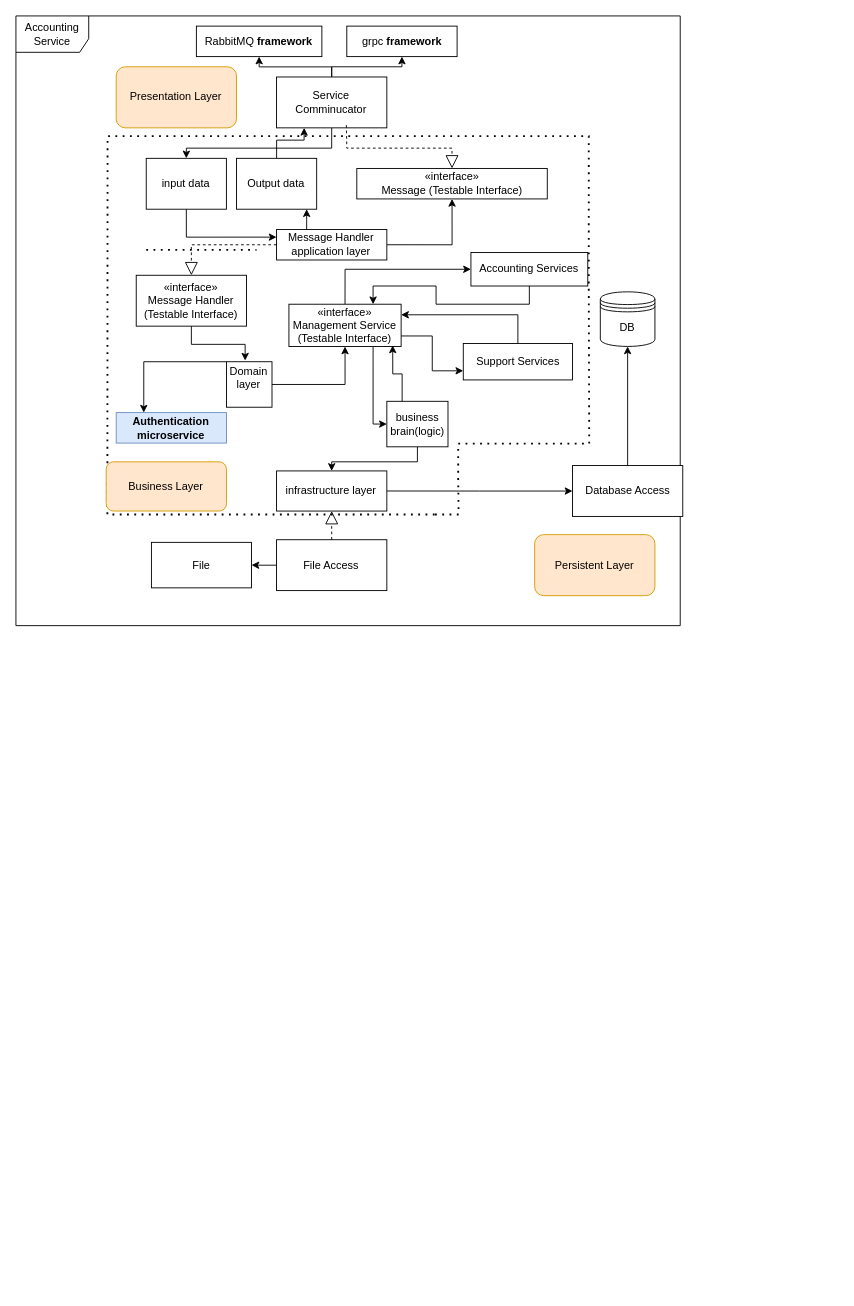
Above: Project/diagram/InvetoryManagement-microservice/Inventory.drawio in nima7997/application-architecture (draw.io), before the change. Source tidied: cells renumbered, new cells numbered last; positions are measured from the earlier drawing's top-left corner, leaving out a move shared by most shapes. Both pictures are drawn from the tidied source at 91%, with x=0, y=0 at pixel (15, 15).
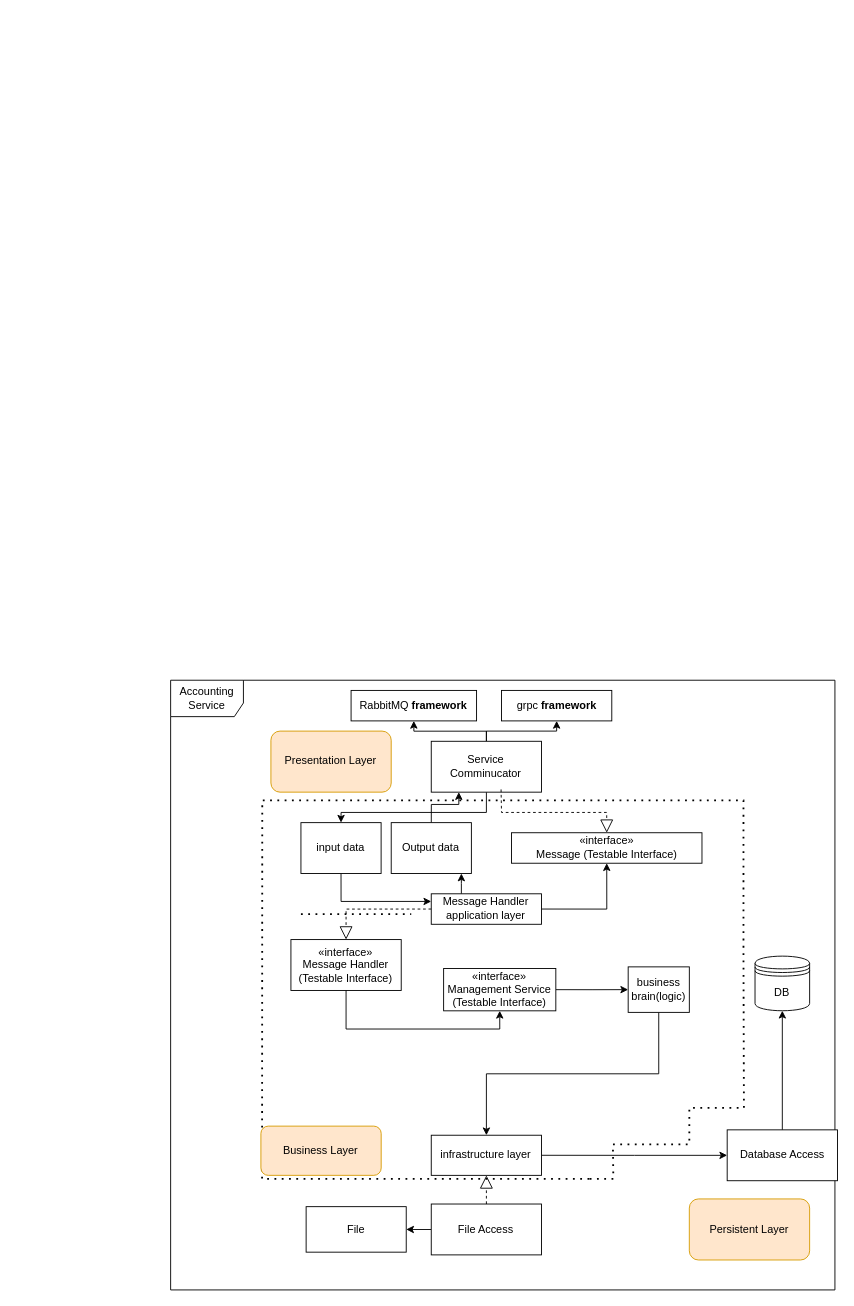
After the change.

Diff of the diagram source:
```diff
@@
-    <mxCell id="2" style="group;" parent="1" vertex="1">
-      <mxGeometry width="730" height="670" as="geometry" />
-    </mxCell>
+    <mxCell id="51" style="edgeStyle=orthogonalEdgeStyle;rounded=0;orthogonalLoop=1;jettySize=auto;html=1;entryX=1;entryY=0.5;entryDx=0;entryDy=0;" parent="1" edge="1">
+      <mxGeometry relative="1" as="geometry">
+        <mxPoint x="500" y="650" as="sourcePoint" />
+        <Array as="points">
+          <mxPoint x="500" y="630" />
+          <mxPoint x="580" y="630" />
+          <mxPoint x="580" y="480" />
+        </Array>
+      </mxGeometry>
+    </mxCell>
+    <mxCell id="52" style="edgeStyle=orthogonalEdgeStyle;rounded=0;orthogonalLoop=1;jettySize=auto;html=1;entryX=1;entryY=0.5;entryDx=0;entryDy=0;" parent="1" edge="1">
+      <mxGeometry relative="1" as="geometry">
+        <mxPoint x="500" y="650" as="sourcePoint" />
+        <Array as="points">
+          <mxPoint x="500" y="630" />
+          <mxPoint x="600" y="630" />
+          <mxPoint x="600" y="430" />
+        </Array>
+      </mxGeometry>
+    </mxCell>
+    <mxCell id="53" style="edgeStyle=orthogonalEdgeStyle;rounded=0;orthogonalLoop=1;jettySize=auto;html=1;entryX=0.5;entryY=1;entryDx=0;entryDy=0;startArrow=classic;startFill=1;" parent="1" edge="1">
+      <mxGeometry relative="1" as="geometry">
+        <mxPoint x="500" y="650" as="sourcePoint" />
+        <Array as="points">
+          <mxPoint x="500" y="630" />
+          <mxPoint x="610" y="630" />
+          <mxPoint x="610" y="400" />
+          <mxPoint x="460" y="400" />
+        </Array>
+      </mxGeometry>
+    </mxCell>
+    <mxCell id="54" style="group;" parent="1" vertex="1">
+      <mxGeometry x="170" y="730" width="730" height="670" as="geometry" />
+    </mxCell>
-    <mxCell id="3" value="Accounting Service" style="shape=umlFrame;whiteSpace=wrap;html=1;width=80;height=40;" parent="2" vertex="1">
+    <mxCell id="3" value="Accounting Service" style="shape=umlFrame;whiteSpace=wrap;html=1;width=80;height=40;" parent="54" vertex="1">
       <mxGeometry width="730" height="670" as="geometry" />
     </mxCell>
-    <mxCell id="4" value="RabbitMQ &lt;b&gt;framework&lt;/b&gt;" style="html=1;whiteSpace=wrap;" parent="2" vertex="1">
+    <mxCell id="4" value="RabbitMQ &lt;b&gt;framework&lt;/b&gt;" style="html=1;whiteSpace=wrap;" parent="54" vertex="1">
       <mxGeometry x="198.3" y="11.2" width="137.9" height="33.5" as="geometry" />
     </mxCell>
-    <mxCell id="5" value="grpc &lt;b&gt;framework&lt;/b&gt;" style="html=1;whiteSpace=wrap;" parent="2" vertex="1">
+    <mxCell id="5" value="grpc &lt;b&gt;framework&lt;/b&gt;" style="html=1;whiteSpace=wrap;" parent="54" vertex="1">
       <mxGeometry x="363.6" y="11.2" width="121.2" height="33.5" as="geometry" />
     </mxCell>
-    <mxCell id="6" style="edgeStyle=orthogonalEdgeStyle;rounded=0;jettySize=auto;html=1;" parent="2" edge="1" source="8" target="24">
+    <mxCell id="6" style="edgeStyle=orthogonalEdgeStyle;rounded=0;jettySize=auto;html=1;" parent="54" edge="1" source="8" target="24">
       <mxGeometry relative="1" as="geometry">
         <Array as="points">
           <mxPoint x="319.5" y="223.5" />
           <mxPoint x="319.5" y="223.5" />
         </Array>
       </mxGeometry>
     </mxCell>
-    <mxCell id="7" style="edgeStyle=orthogonalEdgeStyle;rounded=0;jettySize=auto;html=1;exitX=1;exitY=0.5;exitDx=0;exitDy=0;entryX=0.5;entryY=1;entryDx=0;entryDy=0;" parent="2" edge="1" source="8" target="16">
+    <mxCell id="7" style="edgeStyle=orthogonalEdgeStyle;rounded=0;jettySize=auto;html=1;exitX=1;exitY=0.5;exitDx=0;exitDy=0;entryX=0.5;entryY=1;entryDx=0;entryDy=0;" parent="54" edge="1" source="8" target="16">
       <mxGeometry relative="1" as="geometry" />
     </mxCell>
-    <mxCell id="8" value="Message Handler&lt;div&gt;application layer&lt;/div&gt;" style="html=1;whiteSpace=wrap;" parent="2" vertex="1">
+    <mxCell id="8" value="Message Handler&lt;div&gt;application layer&lt;/div&gt;" style="html=1;whiteSpace=wrap;" parent="54" vertex="1">
       <mxGeometry x="286.4" y="234.7" width="121.2" height="33.5" as="geometry" />
     </mxCell>
-    <mxCell id="9" value="«interface»&lt;br&gt;Message Handler (Testable Interface)" style="html=1;whiteSpace=wrap;" parent="2" vertex="1">
+    <mxCell id="9" value="«interface»&lt;br&gt;Message Handler (Testable Interface)" style="html=1;whiteSpace=wrap;" parent="54" vertex="1">
       <mxGeometry x="132.2" y="285" width="121.2" height="55.9" as="geometry" />
     </mxCell>
-    <mxCell id="10" value="&lt;b&gt;Authentication microservice&lt;/b&gt;" style="html=1;whiteSpace=wrap;fillColor=#dae8fc;strokeColor=#6c8ebf;" parent="2" vertex="1">
-      <mxGeometry x="110.2" y="435.9" width="121.2" height="33.5" as="geometry" />
-    </mxCell>
-    <mxCell id="11" style="endArrow=block;dashed=1;endFill=0;endSize=12;html=1;rounded=0;exitX=0;exitY=0.5;exitDx=0;exitDy=0;entryX=0.5;entryY=0;entryDx=0;entryDy=0;" parent="2" edge="1" source="8" target="9">
+    <mxCell id="11" style="endArrow=block;dashed=1;endFill=0;endSize=12;html=1;rounded=0;exitX=0;exitY=0.5;exitDx=0;exitDy=0;entryX=0.5;entryY=0;entryDx=0;entryDy=0;" parent="54" edge="1" source="8" target="9">
       <mxGeometry relative="1" as="geometry">
         <Array as="points">
           <mxPoint x="192.8" y="251.5" />
         </Array>
       </mxGeometry>
     </mxCell>
-    <mxCell id="12" style="edgeStyle=orthogonalEdgeStyle;rounded=0;jettySize=auto;html=1;entryX=0.5;entryY=1;entryDx=0;entryDy=0;" parent="2" edge="1" source="13" target="37">
+    <mxCell id="12" style="edgeStyle=orthogonalEdgeStyle;rounded=0;jettySize=auto;html=1;entryX=0.5;entryY=1;entryDx=0;entryDy=0;" parent="54" edge="1" source="13" target="37">
       <mxGeometry relative="1" as="geometry" />
     </mxCell>
-    <mxCell id="13" value="Database Access" style="html=1;whiteSpace=wrap;" parent="2" vertex="1">
+    <mxCell id="13" value="Database Access" style="html=1;whiteSpace=wrap;" parent="54" vertex="1">
       <mxGeometry x="611.6" y="494.1" width="121.2" height="55.9" as="geometry" />
     </mxCell>
-    <mxCell id="14" style="edgeStyle=orthogonalEdgeStyle;rounded=0;jettySize=auto;html=1;exitX=1;exitY=0.5;exitDx=0;exitDy=0;" parent="2" edge="1" source="15" target="13">
+    <mxCell id="14" style="edgeStyle=orthogonalEdgeStyle;rounded=0;jettySize=auto;html=1;exitX=1;exitY=0.5;exitDx=0;exitDy=0;" parent="54" edge="1" source="15" target="13">
       <mxGeometry relative="1" as="geometry" />
     </mxCell>
-    <mxCell id="15" value="infrastructure layer" style="html=1;whiteSpace=wrap;" parent="2" vertex="1">
+    <mxCell id="15" value="infrastructure layer" style="html=1;whiteSpace=wrap;" parent="54" vertex="1">
       <mxGeometry x="286.4" y="500" width="121.2" height="44.1" as="geometry" />
     </mxCell>
-    <mxCell id="16" value="«interface»&lt;br&gt;Message (Testable Interface)" style="html=1;whiteSpace=wrap;" parent="2" vertex="1">
+    <mxCell id="16" value="«interface»&lt;br&gt;Message (Testable Interface)" style="html=1;whiteSpace=wrap;" parent="54" vertex="1">
       <mxGeometry x="374.6" y="167.6" width="209.3" height="33.5" as="geometry" />
     </mxCell>
-    <mxCell id="17" style="endArrow=none;dashed=1;html=1;dashPattern=1 3;strokeWidth=2;rounded=0;" parent="2" edge="1">
-      <mxGeometry relative="1" as="geometry">
-        <mxPoint x="460.5" y="547.9" as="sourcePoint" />
-        <mxPoint x="460.5" y="547.9" as="targetPoint" />
-        <Array as="points">
-          <mxPoint x="486.5" y="547.9" />
-          <mxPoint x="486" y="510" />
-          <mxPoint x="486" y="470" />
-          <mxPoint x="570" y="470" />
-          <mxPoint x="630" y="470" />
-          <mxPoint x="629.5" y="299.7" />
-          <mxPoint x="629.5" y="217.9" />
-          <mxPoint x="629.5" y="132.1" />
-          <mxPoint x="100.7" y="132.1" />
-          <mxPoint x="100.5" y="547.9" />
-          <mxPoint x="280.5" y="547.9" />
-        </Array>
-      </mxGeometry>
-    </mxCell>
+    <mxCell id="55" style="endArrow=none;dashed=1;html=1;dashPattern=1 3;strokeWidth=2;rounded=0;" parent="54" edge="1">
+      <mxGeometry relative="1" as="geometry">
+        <mxPoint x="460.5" y="547.9" as="sourcePoint" />
+        <mxPoint x="460.5" y="547.9" as="targetPoint" />
+        <Array as="points">
+          <mxPoint x="486.5" y="547.9" />
+          <mxPoint x="486" y="510" />
+          <mxPoint x="570" y="510" />
+          <mxPoint x="570" y="470" />
+          <mxPoint x="630" y="470" />
+          <mxPoint x="629.5" y="299.7" />
+          <mxPoint x="629.5" y="217.9" />
+          <mxPoint x="629.5" y="132.1" />
+          <mxPoint x="100.7" y="132.1" />
+          <mxPoint x="100.5" y="547.9" />
+          <mxPoint x="280.5" y="547.9" />
+        </Array>
+      </mxGeometry>
+    </mxCell>
-    <mxCell id="18" value="Persistent Layer" style="rounded=1;whiteSpace=wrap;html=1;fillColor=#ffe6cc;strokeColor=#d79b00;" parent="2" vertex="1">
+    <mxCell id="18" value="Persistent Layer" style="rounded=1;whiteSpace=wrap;html=1;fillColor=#ffe6cc;strokeColor=#d79b00;" parent="54" vertex="1">
       <mxGeometry x="570" y="570" width="132.2" height="67.1" as="geometry" />
     </mxCell>
-    <mxCell id="19" value="Business Layer" style="rounded=1;whiteSpace=wrap;html=1;fillColor=#ffe6cc;strokeColor=#d79b00;" parent="2" vertex="1">
+    <mxCell id="19" value="Business Layer" style="rounded=1;whiteSpace=wrap;html=1;fillColor=#ffe6cc;strokeColor=#d79b00;" parent="54" vertex="1">
       <mxGeometry x="99.2" y="490" width="132.2" height="54.1" as="geometry" />
     </mxCell>
-    <mxCell id="20" value="Presentation Layer" style="rounded=1;whiteSpace=wrap;html=1;fillColor=#ffe6cc;strokeColor=#d79b00;" parent="2" vertex="1">
+    <mxCell id="20" value="Presentation Layer" style="rounded=1;whiteSpace=wrap;html=1;fillColor=#ffe6cc;strokeColor=#d79b00;" parent="54" vertex="1">
       <mxGeometry x="110.2" y="55.9" width="132.2" height="67.1" as="geometry" />
     </mxCell>
-    <mxCell id="21" style="edgeStyle=orthogonalEdgeStyle;rounded=0;jettySize=auto;html=1;exitX=0.5;exitY=1;exitDx=0;exitDy=0;entryX=0;entryY=0.25;entryDx=0;entryDy=0;" parent="2" edge="1" source="22" target="8">
+    <mxCell id="21" style="edgeStyle=orthogonalEdgeStyle;rounded=0;jettySize=auto;html=1;exitX=0.5;exitY=1;exitDx=0;exitDy=0;entryX=0;entryY=0.25;entryDx=0;entryDy=0;" parent="54" edge="1" source="22" target="8">
       <mxGeometry relative="1" as="geometry" />
     </mxCell>
-    <mxCell id="22" value="input data" style="html=1;whiteSpace=wrap;" parent="2" vertex="1">
+    <mxCell id="22" value="input data" style="html=1;whiteSpace=wrap;" parent="54" vertex="1">
       <mxGeometry x="143.2" y="156.5" width="88.1" height="55.9" as="geometry" />
     </mxCell>
-    <mxCell id="23" style="edgeStyle=orthogonalEdgeStyle;rounded=0;jettySize=auto;html=1;exitX=0.5;exitY=0;exitDx=0;exitDy=0;entryX=0.25;entryY=1;entryDx=0;entryDy=0;" parent="2" edge="1" source="24" target="29">
+    <mxCell id="23" style="edgeStyle=orthogonalEdgeStyle;rounded=0;jettySize=auto;html=1;exitX=0.5;exitY=0;exitDx=0;exitDy=0;entryX=0.25;entryY=1;entryDx=0;entryDy=0;" parent="54" edge="1" source="24" target="29">
       <mxGeometry relative="1" as="geometry" />
     </mxCell>
-    <mxCell id="24" value="Output data" style="html=1;whiteSpace=wrap;" parent="2" vertex="1">
+    <mxCell id="24" value="Output data" style="html=1;whiteSpace=wrap;" parent="54" vertex="1">
       <mxGeometry x="242.4" y="156.5" width="88.1" height="55.9" as="geometry" />
     </mxCell>
-    <mxCell id="25" style="endArrow=none;dashed=1;html=1;dashPattern=1 3;strokeWidth=2;rounded=0;" parent="2" edge="1">
-      <mxGeometry relative="1" as="geometry">
-        <mxPoint x="143.2" y="257.1" as="sourcePoint" />
-        <mxPoint x="264.4" y="257.1" as="targetPoint" />
-      </mxGeometry>
-    </mxCell>
+    <mxCell id="56" style="endArrow=none;dashed=1;html=1;dashPattern=1 3;strokeWidth=2;rounded=0;" parent="54" edge="1">
+      <mxGeometry relative="1" as="geometry">
+        <mxPoint x="143.2" y="257.1" as="sourcePoint" />
+        <mxPoint x="264.4" y="257.1" as="targetPoint" />
+      </mxGeometry>
+    </mxCell>
-    <mxCell id="26" style="edgeStyle=orthogonalEdgeStyle;rounded=0;jettySize=auto;html=1;entryX=0.5;entryY=1;entryDx=0;entryDy=0;" parent="2" edge="1" source="29" target="5">
+    <mxCell id="26" style="edgeStyle=orthogonalEdgeStyle;rounded=0;jettySize=auto;html=1;entryX=0.5;entryY=1;entryDx=0;entryDy=0;" parent="54" edge="1" source="29" target="5">
       <mxGeometry relative="1" as="geometry">
         <Array as="points">
           <mxPoint x="347" y="55.9" />
           <mxPoint x="424.2" y="55.9" />
         </Array>
       </mxGeometry>
     </mxCell>
-    <mxCell id="27" style="edgeStyle=orthogonalEdgeStyle;rounded=0;jettySize=auto;html=1;entryX=0.5;entryY=1;entryDx=0;entryDy=0;" parent="2" edge="1" source="29" target="4">
+    <mxCell id="27" style="edgeStyle=orthogonalEdgeStyle;rounded=0;jettySize=auto;html=1;entryX=0.5;entryY=1;entryDx=0;entryDy=0;" parent="54" edge="1" source="29" target="4">
       <mxGeometry relative="1" as="geometry">
         <Array as="points">
           <mxPoint x="347" y="56" />
           <mxPoint x="267" y="56" />
         </Array>
       </mxGeometry>
     </mxCell>
-    <mxCell id="28" style="edgeStyle=orthogonalEdgeStyle;rounded=0;jettySize=auto;html=1;entryX=0.5;entryY=0;entryDx=0;entryDy=0;" parent="2" edge="1" source="29" target="22">
+    <mxCell id="28" style="edgeStyle=orthogonalEdgeStyle;rounded=0;jettySize=auto;html=1;entryX=0.5;entryY=0;entryDx=0;entryDy=0;" parent="54" edge="1" source="29" target="22">
       <mxGeometry relative="1" as="geometry">
         <Array as="points">
           <mxPoint x="347" y="145.3" />
           <mxPoint x="187.3" y="145.3" />
         </Array>
       </mxGeometry>
     </mxCell>
-    <mxCell id="29" value="Service Comminucator" style="html=1;whiteSpace=wrap;" parent="2" vertex="1">
+    <mxCell id="29" value="Service Comminucator" style="html=1;whiteSpace=wrap;" parent="54" vertex="1">
       <mxGeometry x="286.4" y="67.1" width="121.2" height="55.9" as="geometry" />
     </mxCell>
-    <mxCell id="30" style="endArrow=block;dashed=1;endFill=0;endSize=12;html=1;rounded=0;entryX=0.5;entryY=0;entryDx=0;entryDy=0;exitX=0.633;exitY=0.946;exitDx=0;exitDy=0;exitPerimeter=0;" parent="2" edge="1" source="29" target="16">
+    <mxCell id="30" style="endArrow=block;dashed=1;endFill=0;endSize=12;html=1;rounded=0;entryX=0.5;entryY=0;entryDx=0;entryDy=0;exitX=0.633;exitY=0.946;exitDx=0;exitDy=0;exitPerimeter=0;" parent="54" edge="1" source="29" target="16">
       <mxGeometry relative="1" as="geometry">
         <Array as="points">
           <mxPoint x="363.6" y="145.3" />
           <mxPoint x="479.2" y="145.3" />
         </Array>
       </mxGeometry>
     </mxCell>
-    <mxCell id="31" style="edgeStyle=orthogonalEdgeStyle;rounded=0;jettySize=auto;html=1;exitX=0.5;exitY=0;exitDx=0;exitDy=0;entryX=0;entryY=0.5;entryDx=0;entryDy=0;" parent="2" edge="1" source="34" target="47">
-      <mxGeometry relative="1" as="geometry" />
-    </mxCell>
-    <mxCell id="32" style="edgeStyle=orthogonalEdgeStyle;rounded=0;jettySize=auto;html=1;exitX=0.75;exitY=1;exitDx=0;exitDy=0;entryX=0;entryY=0.5;entryDx=0;entryDy=0;" parent="2" edge="1" source="34" target="36">
-      <mxGeometry relative="1" as="geometry">
-        <Array as="points">
-          <mxPoint x="393" y="449" />
-        </Array>
-      </mxGeometry>
+    <mxCell id="32" style="edgeStyle=orthogonalEdgeStyle;rounded=0;jettySize=auto;html=1;exitX=1;exitY=0.5;exitDx=0;exitDy=0;entryX=0;entryY=0.5;entryDx=0;entryDy=0;" parent="54" edge="1" source="34" target="36">
+      <mxGeometry relative="1" as="geometry" />
     </mxCell>
-    <mxCell id="33" style="edgeStyle=orthogonalEdgeStyle;rounded=0;jettySize=auto;html=1;exitX=1;exitY=0.75;exitDx=0;exitDy=0;entryX=0;entryY=0.75;entryDx=0;entryDy=0;" parent="2" edge="1" source="34" target="50">
-      <mxGeometry relative="1" as="geometry" />
-    </mxCell>
-    <mxCell id="34" value="«interface»&lt;br&gt;Management Service (Testable Interface)" style="html=1;whiteSpace=wrap;" parent="2" vertex="1">
+    <mxCell id="34" value="«interface»&lt;br&gt;Management Service (Testable Interface)" style="html=1;whiteSpace=wrap;" parent="54" vertex="1">
       <mxGeometry x="300" y="316.8" width="123.3" height="46.5" as="geometry" />
     </mxCell>
-    <mxCell id="35" style="edgeStyle=orthogonalEdgeStyle;rounded=0;jettySize=auto;html=1;" parent="2" edge="1" source="36" target="15">
-      <mxGeometry relative="1" as="geometry">
-        <Array as="points">
-          <mxPoint x="347" y="490" />
-        </Array>
-      </mxGeometry>
+    <mxCell id="35" style="edgeStyle=orthogonalEdgeStyle;rounded=0;jettySize=auto;html=1;exitX=0.5;exitY=1;exitDx=0;exitDy=0;" parent="54" edge="1" source="36" target="15">
+      <mxGeometry relative="1" as="geometry" />
     </mxCell>
-    <mxCell id="36" value="business brain(logic)" style="html=1;whiteSpace=wrap;" parent="2" vertex="1">
-      <mxGeometry x="407.6" y="423.5" width="67.2" height="50" as="geometry" />
+    <mxCell id="36" value="business brain(logic)" style="html=1;whiteSpace=wrap;" parent="54" vertex="1">
+      <mxGeometry x="502.8" y="315" width="67.2" height="50" as="geometry" />
     </mxCell>
-    <mxCell id="37" value="DB" style="shape=datastore;whiteSpace=wrap;html=1;" parent="2" vertex="1">
+    <mxCell id="37" value="DB" style="shape=datastore;whiteSpace=wrap;html=1;" parent="54" vertex="1">
       <mxGeometry x="642.2" y="303.2" width="60" height="60" as="geometry" />
     </mxCell>
-    <mxCell id="38" style="edgeStyle=orthogonalEdgeStyle;rounded=0;jettySize=auto;html=1;" parent="2" edge="1" source="39" target="41">
+    <mxCell id="38" style="edgeStyle=orthogonalEdgeStyle;rounded=0;jettySize=auto;html=1;" parent="54" edge="1" source="39" target="41">
       <mxGeometry relative="1" as="geometry" />
     </mxCell>
-    <mxCell id="39" value="File Access" style="html=1;whiteSpace=wrap;" parent="2" vertex="1">
+    <mxCell id="39" value="File Access" style="html=1;whiteSpace=wrap;" parent="54" vertex="1">
       <mxGeometry x="286.4" y="575.6" width="121.2" height="55.9" as="geometry" />
     </mxCell>
-    <mxCell id="40" style="endArrow=block;dashed=1;endFill=0;endSize=12;html=1;rounded=0;exitX=0.5;exitY=0;exitDx=0;exitDy=0;entryX=0.5;entryY=1;entryDx=0;entryDy=0;" parent="2" edge="1" source="39" target="15">
+    <mxCell id="40" style="endArrow=block;dashed=1;endFill=0;endSize=12;html=1;rounded=0;exitX=0.5;exitY=0;exitDx=0;exitDy=0;entryX=0.5;entryY=1;entryDx=0;entryDy=0;" parent="54" edge="1" source="39" target="15">
       <mxGeometry relative="1" as="geometry" />
     </mxCell>
-    <mxCell id="41" value="File" style="html=1;whiteSpace=wrap;" parent="2" vertex="1">
+    <mxCell id="41" value="File" style="html=1;whiteSpace=wrap;" parent="54" vertex="1">
       <mxGeometry x="148.9" y="578.5" width="110" height="50" as="geometry" />
     </mxCell>
-    <mxCell id="42" style="edgeStyle=orthogonalEdgeStyle;rounded=0;jettySize=auto;html=1;exitX=0;exitY=0;exitDx=0;exitDy=0;entryX=0.25;entryY=0;entryDx=0;entryDy=0;" parent="2" edge="1" source="44" target="10">
-      <mxGeometry relative="1" as="geometry">
-        <Array as="points">
-          <mxPoint x="141" y="380" />
-        </Array>
-      </mxGeometry>
-    </mxCell>
-    <mxCell id="43" style="edgeStyle=orthogonalEdgeStyle;rounded=0;jettySize=auto;html=1;exitX=1;exitY=0.5;exitDx=0;exitDy=0;entryX=0.5;entryY=1;entryDx=0;entryDy=0;" parent="2" edge="1" source="44" target="34">
-      <mxGeometry relative="1" as="geometry" />
-    </mxCell>
-    <mxCell id="44" value="Domain layer&lt;div&gt;&lt;br/&gt;&lt;/div&gt;" style="whiteSpace=wrap;html=1;" parent="2" vertex="1">
-      <mxGeometry x="231.4" y="380" width="50" height="50" as="geometry" />
-    </mxCell>
-    <mxCell id="45" style="edgeStyle=orthogonalEdgeStyle;rounded=0;jettySize=auto;html=1;exitX=0.5;exitY=1;exitDx=0;exitDy=0;entryX=0.41;entryY=-0.025;entryDx=0;entryDy=0;entryPerimeter=0;" parent="2" edge="1" source="9" target="44">
-      <mxGeometry relative="1" as="geometry" />
-    </mxCell>
-    <mxCell id="46" style="edgeStyle=orthogonalEdgeStyle;rounded=0;jettySize=auto;html=1;exitX=0.5;exitY=1;exitDx=0;exitDy=0;entryX=0.75;entryY=0;entryDx=0;entryDy=0;" parent="2" edge="1" source="47" target="34">
-      <mxGeometry relative="1" as="geometry" />
-    </mxCell>
-    <mxCell id="47" value="Accounting Services" style="rounded=0;whiteSpace=wrap;html=1;" parent="2" vertex="1">
-      <mxGeometry x="500" y="260" width="128.4" height="36.8" as="geometry" />
-    </mxCell>
-    <mxCell id="48" style="edgeStyle=orthogonalEdgeStyle;rounded=0;jettySize=auto;html=1;exitX=0.25;exitY=0;exitDx=0;exitDy=0;entryX=0.925;entryY=0.974;entryDx=0;entryDy=0;entryPerimeter=0;" parent="2" edge="1" source="36" target="34">
-      <mxGeometry relative="1" as="geometry" />
-    </mxCell>
-    <mxCell id="49" style="edgeStyle=orthogonalEdgeStyle;rounded=0;jettySize=auto;html=1;exitX=0.5;exitY=0;exitDx=0;exitDy=0;entryX=1;entryY=0.25;entryDx=0;entryDy=0;" parent="2" edge="1" source="50" target="34">
-      <mxGeometry relative="1" as="geometry" />
-    </mxCell>
-    <mxCell id="50" value="Support Services" style="rounded=0;whiteSpace=wrap;html=1;" parent="2" vertex="1">
-      <mxGeometry x="491.6" y="360" width="120" height="40" as="geometry" />
-    </mxCell>
+    <mxCell id="57" style="edgeStyle=orthogonalEdgeStyle;rounded=0;jettySize=auto;html=1;exitX=0.5;exitY=1;exitDx=0;exitDy=0;entryX=0.5;entryY=1;entryDx=0;entryDy=0;" parent="54" edge="1" source="9" target="34">
+      <mxGeometry relative="1" as="geometry" />
+    </mxCell>
```
